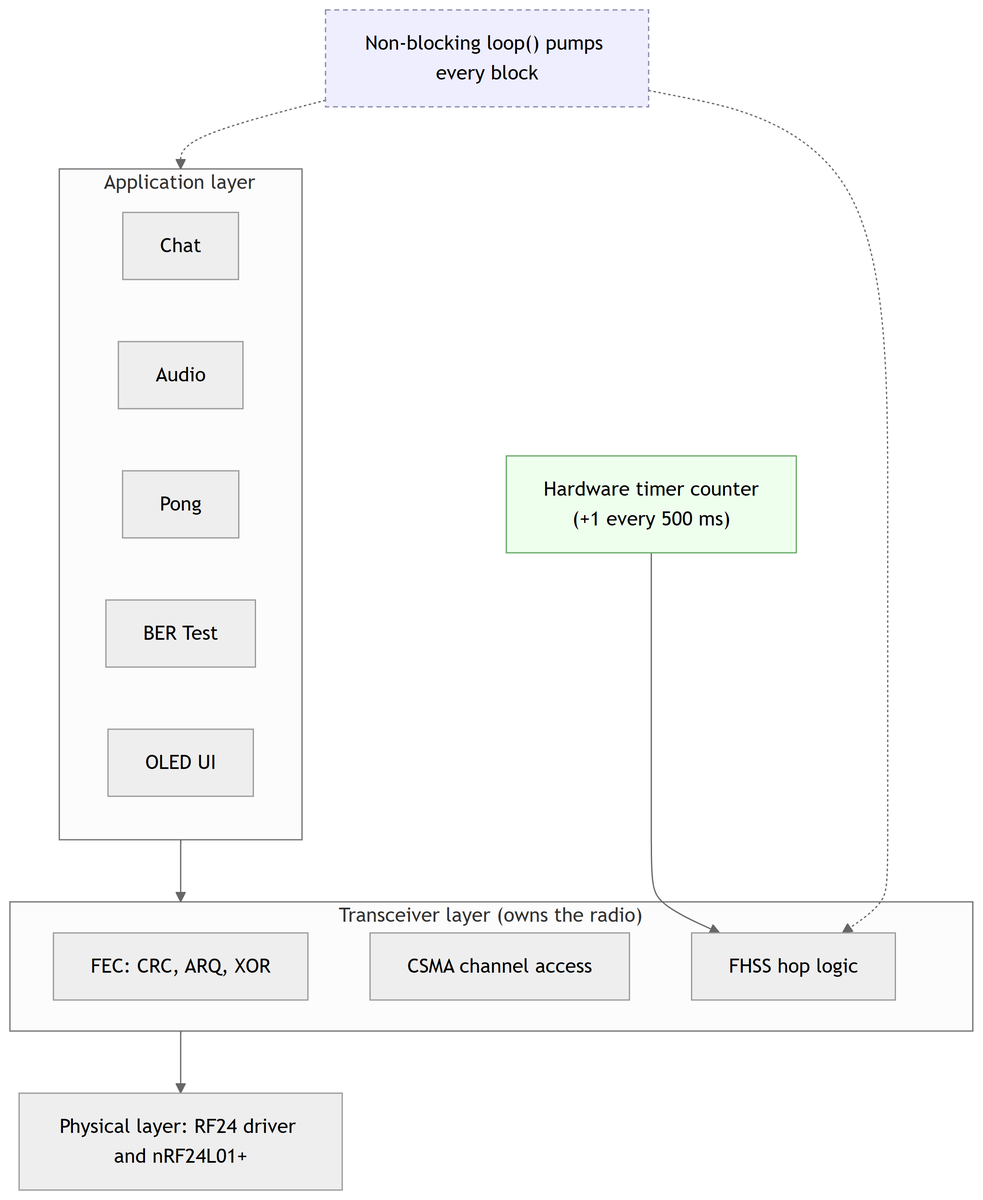
Above: diagrams/architecture.png in MarcEGed/Mini-Project (Mermaid), before the change. Its source is kept beside it as diagrams/architecture.mmd. Its diagram source:
```mermaid
flowchart TB
    subgraph APP["Application layer"]
        direction LR
        Chat[Chat]
        Audio[Audio]
        Pong[Pong]
        Test[BER Test]
        UI[OLED UI]
    end
    subgraph XCVR["Transceiver layer (owns the radio)"]
        direction LR
        FEC["FEC: CRC, ARQ, XOR"]
        CSMA[CSMA channel access]
        HOP["FHSS hop logic"]
    end
    PHY["Physical layer: RF24 driver and nRF24L01+"]
    TIMER["Hardware timer counter<br/>(+1 every 500 ms)"]
    LOOP["Non-blocking loop() pumps every block"]

    APP --> XCVR
    XCVR --> PHY
    TIMER --> HOP
    LOOP -.-> APP
    LOOP -.-> HOP

    style LOOP fill:#eef,stroke:#88a,stroke-dasharray:4 3
    style TIMER fill:#efe,stroke:#6a6
```
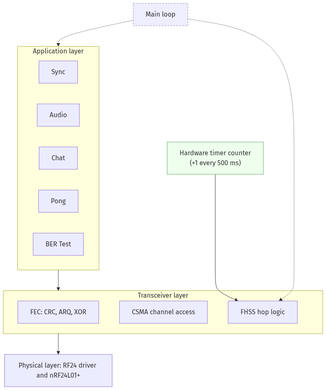
Later version of the same file.

Diff of the diagram source:
```diff
@@ -1,13 +1,13 @@
 flowchart TB
     subgraph APP["Application layer"]
         direction LR
+        Sync[Sync]
+        Audio[Audio]
         Chat[Chat]
-        Audio[Audio]
         Pong[Pong]
         Test[BER Test]
-        UI[OLED UI]
     end
-    subgraph XCVR["Transceiver layer (owns the radio)"]
+    subgraph XCVR["Transceiver layer"]
         direction LR
         FEC["FEC: CRC, ARQ, XOR"]
         CSMA[CSMA channel access]
@@ -15,7 +15,7 @@
     end
     PHY["Physical layer: RF24 driver and nRF24L01+"]
     TIMER["Hardware timer counter<br/>(+1 every 500 ms)"]
-    LOOP["Non-blocking loop() pumps every block"]
+    LOOP["Main loop"]
 
     APP --> XCVR
     XCVR --> PHY
```
